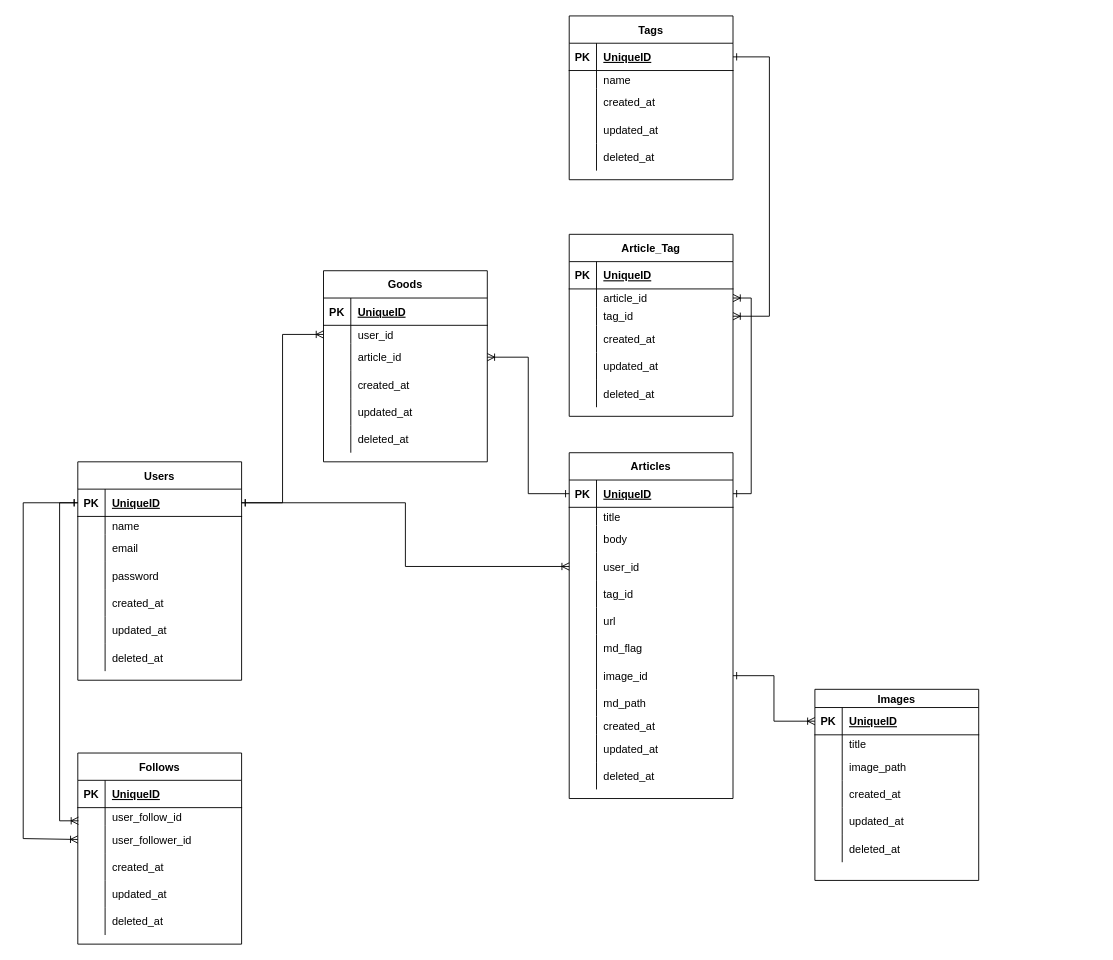
Earlier version of the draw.io diagram page "ER図" (1 of 2) of T-W設計.drawio (moriwakihikari/T-W-diagrams). Source tidied: cells renumbered, new cells numbered last; positions are measured from the earlier drawing's top-left corner, leaving out a move shared by most shapes. Both pictures are drawn from the tidied source at 91%, with x=0, y=0 at pixel (23, 15).
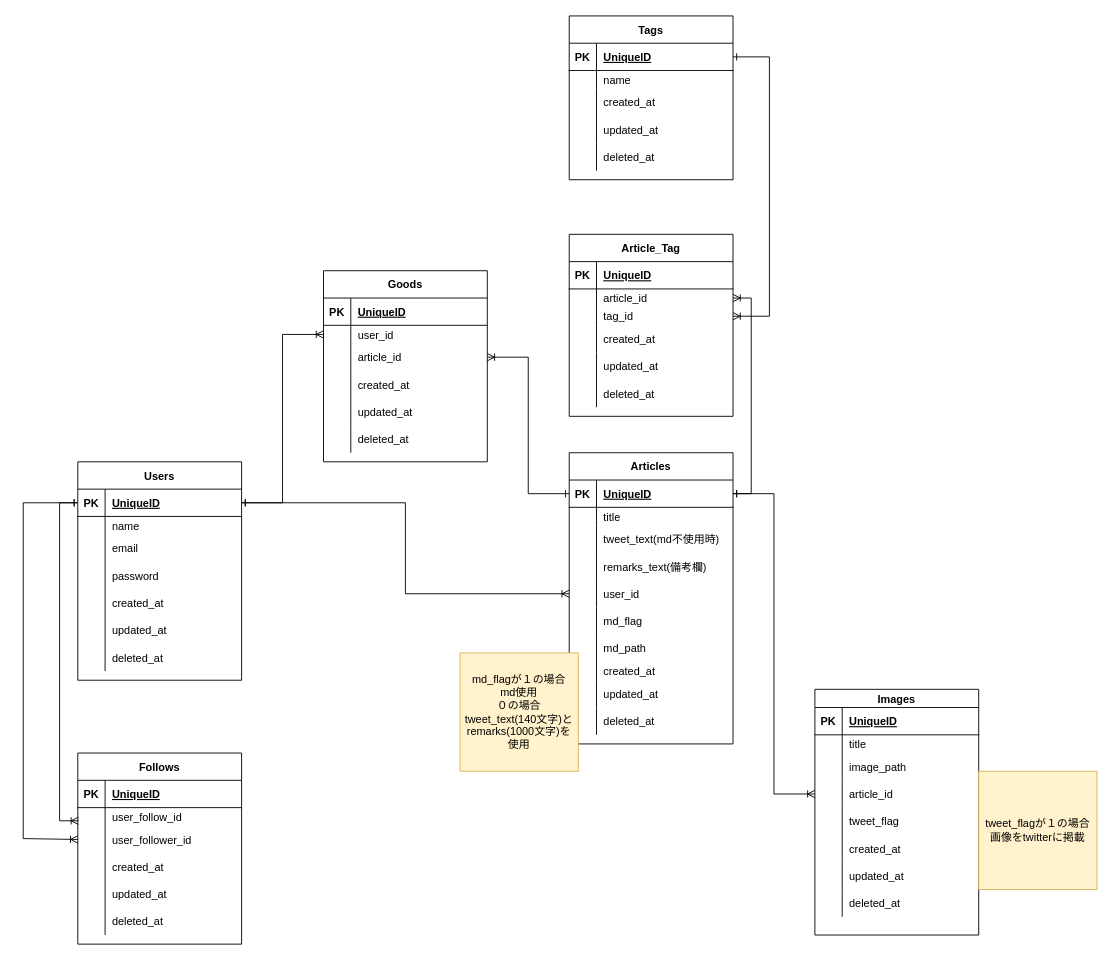
After the change.

Commit message (it also covers changes not shown here):
T-W設計.drawio を更新します

Unchanged cells that the change refers to:
```xml
<mxCell id="25" style="shape=tableRow;horizontal=0;startSize=0;swimlaneHead=0;swimlaneBody=0;fillColor=none;points=[[0,0.5],[1,0.5]];portConstraint=eastwest;top=0;left=0;right=0;bottom=1;" parent="24" vertex="1">
  <mxGeometry y="30" width="180" height="30" as="geometry" />
</mxCell>
<mxCell id="31" style="shape=tableRow;horizontal=0;startSize=0;swimlaneHead=0;swimlaneBody=0;fillColor=none;top=0;left=0;right=0;bottom=0;" parent="24" vertex="1">
  <mxGeometry y="80" width="180" height="30" as="geometry" />
</mxCell>
<mxCell id="62" style="shape=tableRow;horizontal=0;startSize=0;swimlaneHead=0;swimlaneBody=0;fillColor=none;points=[[0,0.5],[1,0.5]];portConstraint=eastwest;top=0;left=0;right=0;bottom=1;" parent="61" vertex="1">
  <mxGeometry y="20" width="180" height="30" as="geometry" />
</mxCell>
```

Change to the diagram source:
```diff
@@
     <mxCell id="24" value="Articles" style="shape=table;startSize=30;childLayout=tableLayout;rowLines=0;fontStyle=1;align=center;" parent="1" vertex="1">
-      <mxGeometry x="600" y="480" width="180" height="380" as="geometry" />
+      <mxGeometry x="600" y="480" width="180" height="320" as="geometry" />
     </mxCell>
@@
-    <mxCell id="33" value="body" style="shape=partialRectangle;fillColor=none;top=0;left=0;bottom=0;right=0;align=left;spacingLeft=6;overflow=hidden;" parent="31" vertex="1">
+    <mxCell id="33" value="tweet_text(md不使用時)" style="shape=partialRectangle;fillColor=none;top=0;left=0;bottom=0;right=0;align=left;spacingLeft=6;overflow=hidden;" parent="31" vertex="1">
       <mxGeometry x="30" width="150" height="30" as="geometry" />
     </mxCell>
+    <mxCell id="161" style="shape=tableRow;horizontal=0;startSize=0;swimlaneHead=0;swimlaneBody=0;fillColor=none;top=0;left=0;right=0;bottom=0;" parent="24" vertex="1">
+      <mxGeometry y="110" width="180" height="30" as="geometry" />
+    </mxCell>
+    <mxCell id="162" style="shape=partialRectangle;fillColor=none;top=0;left=0;bottom=0;right=0;overflow=hidden;" parent="161" vertex="1">
+      <mxGeometry width="30" height="30" as="geometry" />
+    </mxCell>
+    <mxCell id="163" value="remarks_text(備考欄)" style="shape=partialRectangle;fillColor=none;top=0;left=0;bottom=0;right=0;align=left;spacingLeft=6;overflow=hidden;" parent="161" vertex="1">
+      <mxGeometry x="30" width="150" height="30" as="geometry" />
+    </mxCell>
     <mxCell id="34" style="shape=tableRow;horizontal=0;startSize=0;swimlaneHead=0;swimlaneBody=0;fillColor=none;points=[[0,0.5],[1,0.5]];portConstraint=eastwest;top=0;left=0;right=0;bottom=0;" parent="24" vertex="1">
-      <mxGeometry y="110" width="180" height="30" as="geometry" />
+      <mxGeometry y="140" width="180" height="30" as="geometry" />
     </mxCell>
@@
-    <mxCell id="37" style="shape=tableRow;horizontal=0;startSize=0;swimlaneHead=0;swimlaneBody=0;fillColor=none;top=0;left=0;right=0;bottom=0;" parent="24" vertex="1">
-      <mxGeometry y="140" width="180" height="30" as="geometry" />
-    </mxCell>
-    <mxCell id="38" style="shape=partialRectangle;fillColor=none;top=0;left=0;bottom=0;right=0;overflow=hidden;" parent="37" vertex="1">
-      <mxGeometry width="30" height="30" as="geometry" />
-    </mxCell>
-    <mxCell id="39" value="tag_id" style="shape=partialRectangle;fillColor=none;top=0;left=0;bottom=0;right=0;align=left;spacingLeft=6;overflow=hidden;" parent="37" vertex="1">
-      <mxGeometry x="30" width="150" height="30" as="geometry" />
-    </mxCell>
-    <mxCell id="40" style="shape=tableRow;horizontal=0;startSize=0;swimlaneHead=0;swimlaneBody=0;fillColor=none;top=0;left=0;right=0;bottom=0;" parent="24" vertex="1">
-      <mxGeometry y="170" width="180" height="30" as="geometry" />
-    </mxCell>
-    <mxCell id="41" style="shape=partialRectangle;fillColor=none;top=0;left=0;bottom=0;right=0;overflow=hidden;" parent="40" vertex="1">
-      <mxGeometry width="30" height="30" as="geometry" />
-    </mxCell>
-    <mxCell id="42" value="url" style="shape=partialRectangle;fillColor=none;top=0;left=0;bottom=0;right=0;align=left;spacingLeft=6;overflow=hidden;" parent="40" vertex="1">
-      <mxGeometry x="30" width="150" height="30" as="geometry" />
-    </mxCell>
     <mxCell id="43" style="shape=tableRow;horizontal=0;startSize=0;swimlaneHead=0;swimlaneBody=0;fillColor=none;top=0;left=0;right=0;bottom=0;" parent="24" vertex="1">
-      <mxGeometry y="200" width="180" height="30" as="geometry" />
+      <mxGeometry y="170" width="180" height="30" as="geometry" />
     </mxCell>
@@
-    <mxCell id="46" style="shape=tableRow;horizontal=0;startSize=0;swimlaneHead=0;swimlaneBody=0;fillColor=none;points=[[0,0.5],[1,0.5]];portConstraint=eastwest;top=0;left=0;right=0;bottom=0;" parent="24" vertex="1">
-      <mxGeometry y="230" width="180" height="30" as="geometry" />
-    </mxCell>
-    <mxCell id="47" style="shape=partialRectangle;fillColor=none;top=0;left=0;bottom=0;right=0;overflow=hidden;" parent="46" vertex="1">
-      <mxGeometry width="30" height="30" as="geometry" />
-    </mxCell>
-    <mxCell id="48" value="image_id" style="shape=partialRectangle;fillColor=none;top=0;left=0;bottom=0;right=0;align=left;spacingLeft=6;overflow=hidden;" parent="46" vertex="1">
-      <mxGeometry x="30" width="150" height="30" as="geometry" />
-    </mxCell>
     <mxCell id="49" style="shape=tableRow;horizontal=0;startSize=0;swimlaneHead=0;swimlaneBody=0;fillColor=none;top=0;left=0;right=0;bottom=0;" parent="24" vertex="1">
-      <mxGeometry y="260" width="180" height="30" as="geometry" />
+      <mxGeometry y="200" width="180" height="30" as="geometry" />
     </mxCell>
@@
     <mxCell id="52" style="shape=tableRow;horizontal=0;startSize=0;swimlaneHead=0;swimlaneBody=0;fillColor=none;top=0;left=0;right=0;bottom=0;" parent="24" vertex="1">
-      <mxGeometry y="290" width="180" height="20" as="geometry" />
+      <mxGeometry y="230" width="180" height="20" as="geometry" />
     </mxCell>
@@
     <mxCell id="55" style="shape=tableRow;horizontal=0;startSize=0;swimlaneHead=0;swimlaneBody=0;fillColor=none;top=0;left=0;right=0;bottom=0;" parent="24" vertex="1">
-      <mxGeometry y="310" width="180" height="30" as="geometry" />
+      <mxGeometry y="250" width="180" height="30" as="geometry" />
     </mxCell>
@@
     <mxCell id="58" style="shape=tableRow;horizontal=0;startSize=0;swimlaneHead=0;swimlaneBody=0;fillColor=none;top=0;left=0;right=0;bottom=0;" parent="24" vertex="1">
-      <mxGeometry y="340" width="180" height="30" as="geometry" />
+      <mxGeometry y="280" width="180" height="30" as="geometry" />
     </mxCell>
@@
     <mxCell id="61" value="Images" style="shape=table;startSize=20;childLayout=tableLayout;rowLines=0;fontStyle=1;align=center;" parent="1" vertex="1">
-      <mxGeometry x="870" y="740" width="180" height="210" as="geometry" />
+      <mxGeometry x="870" y="740" width="180" height="270" as="geometry" />
     </mxCell>
@@
+    <mxCell id="164" style="shape=tableRow;horizontal=0;startSize=0;swimlaneHead=0;swimlaneBody=0;fillColor=none;points=[[0,0.5],[1,0.5]];portConstraint=eastwest;top=0;left=0;right=0;bottom=0;" parent="61" vertex="1">
+      <mxGeometry y="100" width="180" height="30" as="geometry" />
+    </mxCell>
+    <mxCell id="165" style="shape=partialRectangle;fillColor=none;top=0;left=0;bottom=0;right=0;overflow=hidden;" parent="164" vertex="1">
+      <mxGeometry width="30" height="30" as="geometry" />
+    </mxCell>
+    <mxCell id="166" value="article_id" style="shape=partialRectangle;fillColor=none;top=0;left=0;bottom=0;right=0;align=left;spacingLeft=6;overflow=hidden;" parent="164" vertex="1">
+      <mxGeometry x="30" width="150" height="30" as="geometry" />
+    </mxCell>
+    <mxCell id="167" style="shape=tableRow;horizontal=0;startSize=0;swimlaneHead=0;swimlaneBody=0;fillColor=none;top=0;left=0;right=0;bottom=0;" parent="61" vertex="1">
+      <mxGeometry y="130" width="180" height="30" as="geometry" />
+    </mxCell>
+    <mxCell id="168" style="shape=partialRectangle;fillColor=none;top=0;left=0;bottom=0;right=0;overflow=hidden;" parent="167" vertex="1">
+      <mxGeometry width="30" height="30" as="geometry" />
+    </mxCell>
+    <mxCell id="169" value="tweet_flag" style="shape=partialRectangle;fillColor=none;top=0;left=0;bottom=0;right=0;align=left;spacingLeft=6;overflow=hidden;" parent="167" vertex="1">
+      <mxGeometry x="30" width="150" height="30" as="geometry" />
+    </mxCell>
     <mxCell id="71" style="shape=tableRow;horizontal=0;startSize=0;swimlaneHead=0;swimlaneBody=0;fillColor=none;top=0;left=0;right=0;bottom=0;" parent="61" vertex="1">
-      <mxGeometry y="100" width="180" height="30" as="geometry" />
+      <mxGeometry y="160" width="180" height="30" as="geometry" />
     </mxCell>
@@
     <mxCell id="74" style="shape=tableRow;horizontal=0;startSize=0;swimlaneHead=0;swimlaneBody=0;fillColor=none;top=0;left=0;right=0;bottom=0;" parent="61" vertex="1">
-      <mxGeometry y="130" width="180" height="30" as="geometry" />
+      <mxGeometry y="190" width="180" height="30" as="geometry" />
     </mxCell>
@@
     <mxCell id="77" style="shape=tableRow;horizontal=0;startSize=0;swimlaneHead=0;swimlaneBody=0;fillColor=none;top=0;left=0;right=0;bottom=0;" parent="61" vertex="1">
-      <mxGeometry y="160" width="180" height="30" as="geometry" />
+      <mxGeometry y="220" width="180" height="30" as="geometry" />
     </mxCell>
@@
-    <mxCell id="80" style="edgeStyle=orthogonalEdgeStyle;rounded=0;jettySize=auto;html=1;entryX=0;entryY=0.5;entryDx=0;entryDy=0;startArrow=ERone;startFill=0;endArrow=ERoneToMany;endFill=0;exitX=1;exitY=0.5;exitDx=0;exitDy=0;" parent="1" edge="1" source="46" target="62">
+    <mxCell id="80" style="edgeStyle=orthogonalEdgeStyle;rounded=0;jettySize=auto;html=1;entryX=0;entryY=0.5;entryDx=0;entryDy=0;startArrow=ERone;startFill=0;endArrow=ERoneToMany;endFill=0;exitX=1;exitY=0.5;exitDx=0;exitDy=0;" parent="1" edge="1" source="25" target="164">
       <mxGeometry relative="1" as="geometry" />
     </mxCell>
@@
+    <mxCell id="170" value="md_flagが１の場合&lt;br&gt;md使用&lt;br&gt;０の場合&lt;br&gt;tweet_text(140文字)と&lt;br&gt;remarks(1000文字)を&lt;br&gt;使用" style="whiteSpace=wrap;html=1;fillColor=#fff2cc;strokeColor=#d6b656;" parent="1" vertex="1">
+      <mxGeometry x="480" y="700" width="130" height="130" as="geometry" />
+    </mxCell>
+    <mxCell id="171" value="tweet_flagが１の場合&lt;br&gt;画像をtwitterに掲載" style="whiteSpace=wrap;html=1;fillColor=#fff2cc;strokeColor=#d6b656;" parent="1" vertex="1">
+      <mxGeometry x="1050" y="830" width="130" height="130" as="geometry" />
+    </mxCell>
```
